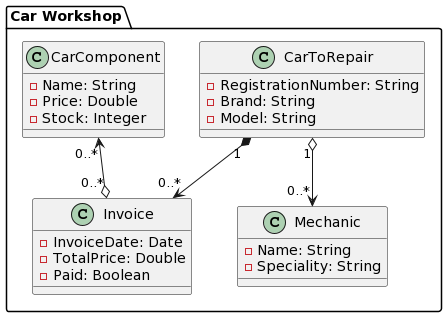
This is docs/car_workshop.models.png from wzzzzwwzw/apaw-practice, a PlantUML export, as it was before one commit.
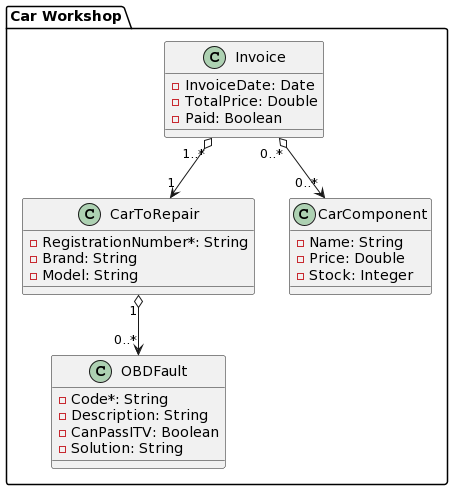
The same diagram one commit later.

Commit message:
changed uml diagram Car workshop Model #467

What changed in the source:
```diff
@@ -2,14 +2,16 @@
 package "Car Workshop"{
 
   class CarToRepair {
-    - RegistrationNumber: String
+    - RegistrationNumber*: String
     - Brand: String
     - Model: String
   }
 
-  class Mechanic {
-    - Name: String
-    - Speciality: String
+  class OBDFault {
+    - Code*: String
+    - Description: String
+    - CanPassITV: Boolean
+    - Solution: String
   }
 
   class CarComponent {
@@ -25,8 +27,10 @@
   }
 
 
-  CarToRepair "1" *--> "0..*" Invoice
-  CarComponent "0..*" <--o "0..*" Invoice
-  CarToRepair "1" o--> "0..*" Mechanic
+  Invoice "1..*" o--> "1" CarToRepair
+
+  Invoice "0..*" o--> "0..*" CarComponent
+
+  CarToRepair "1" o--> "0..*" OBDFault
 }
 @enduml
```
